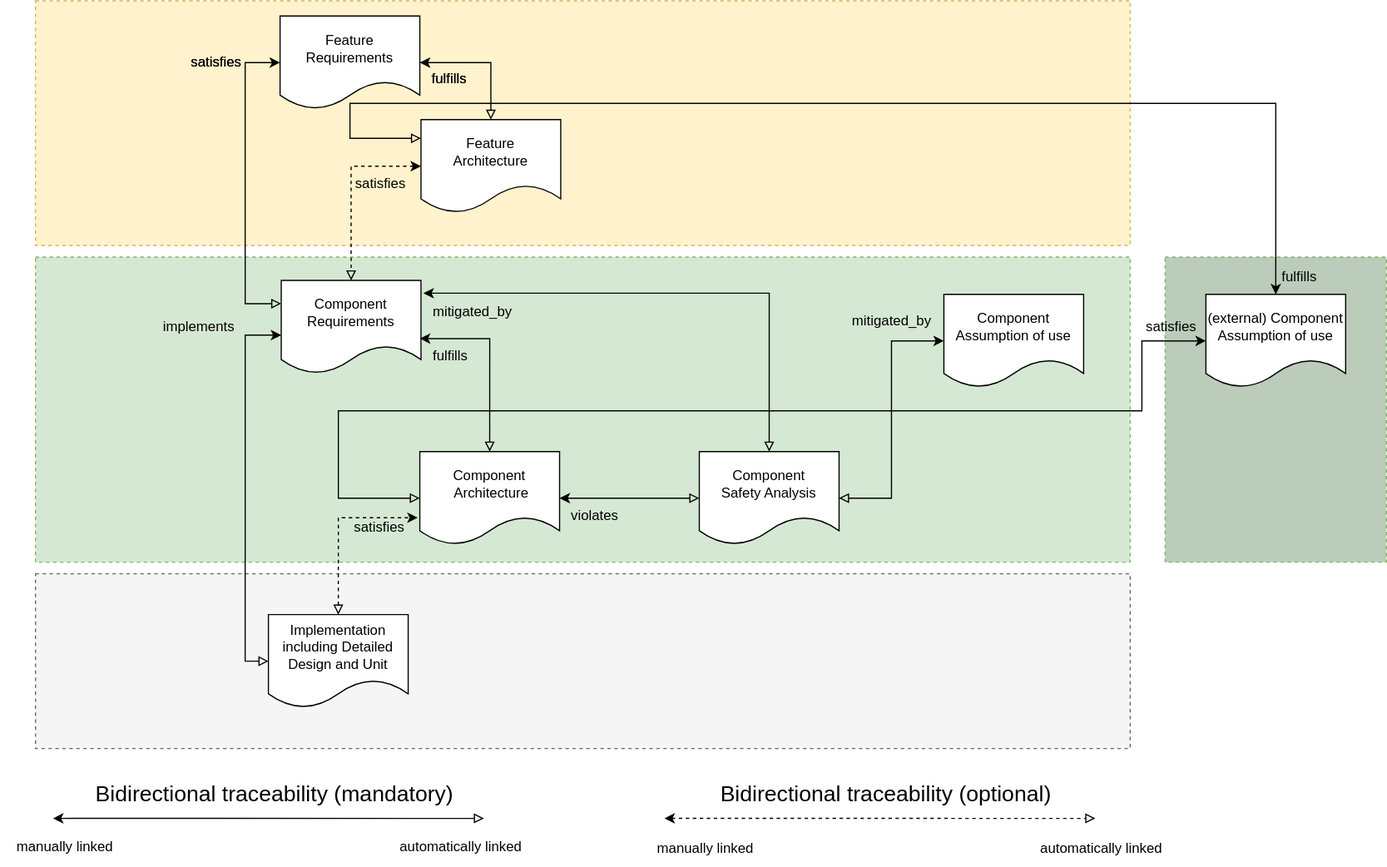
Before: main/_images/score_traceability_model_cmp_overview_1.drawio.svg, a diagram exported from draw.io (MaximilianSoerenPollak/process_description). Source tidied: cells renumbered, new cells last; positions are measured from the earlier drawing's top-left corner, leaving out a move shared by most shapes. Its diagram source:
```xml
<mxGraphModel>
  <root>
    <mxCell id="0" />
    <mxCell id="1" parent="0" />
    <mxCell id="2" style="rounded=0;whiteSpace=wrap;html=1;dashed=1;fillColor=#fff2cc;strokeColor=#d6b656;" parent="1" vertex="1">
      <mxGeometry x="30" width="940" height="210" as="geometry" />
    </mxCell>
    <mxCell id="3" style="rounded=0;whiteSpace=wrap;html=1;dashed=1;fillColor=#d5e8d4;strokeColor=#82b366;" parent="1" vertex="1">
      <mxGeometry x="30" y="220" width="940" height="262" as="geometry" />
    </mxCell>
    <mxCell id="4" value="Component Assumption of use" style="shape=document;whiteSpace=wrap;html=1;boundedLbl=1;" parent="1" vertex="1">
      <mxGeometry x="810" y="252" width="120" height="80" as="geometry" />
    </mxCell>
    <mxCell id="5" value="Feature Requirements" style="shape=document;whiteSpace=wrap;html=1;boundedLbl=1;" parent="1" vertex="1">
      <mxGeometry x="240" y="13" width="120" height="80" as="geometry" />
    </mxCell>
    <mxCell id="6" style="edgeStyle=orthogonalEdgeStyle;rounded=0;jettySize=auto;html=1;entryX=0;entryY=0.5;entryDx=0;entryDy=0;startArrow=block;startFill=0;exitX=0;exitY=0.25;exitDx=0;exitDy=0;" parent="1" edge="1" source="8" target="5">
      <mxGeometry relative="1" as="geometry">
        <Array as="points">
          <mxPoint x="210" y="260" />
          <mxPoint x="210" y="53" />
        </Array>
      </mxGeometry>
    </mxCell>
    <mxCell id="7" style="edgeStyle=orthogonalEdgeStyle;rounded=0;jettySize=auto;html=1;entryX=0.5;entryY=0;entryDx=0;entryDy=0;exitX=1.017;exitY=0.138;exitDx=0;exitDy=0;startArrow=classic;startFill=1;exitPerimeter=0;endArrow=block;endFill=0;" parent="1" edge="1" source="8" target="12">
      <mxGeometry x="0.41" relative="1" as="geometry">
        <Array as="points">
          <mxPoint x="660" y="251" />
        </Array>
      </mxGeometry>
    </mxCell>
    <mxCell id="8" value="Component Requirements" style="shape=document;whiteSpace=wrap;html=1;boundedLbl=1;" parent="1" vertex="1">
      <mxGeometry x="241" y="240" width="120" height="80" as="geometry" />
    </mxCell>
    <mxCell id="9" value="&lt;br&gt;&lt;br&gt;Component&lt;br&gt;&amp;nbsp;Architecture&lt;br&gt;&lt;br&gt;&lt;br&gt;" style="shape=document;whiteSpace=wrap;html=1;boundedLbl=1;" parent="1" vertex="1">
      <mxGeometry x="360" y="387" width="120" height="80" as="geometry" />
    </mxCell>
    <mxCell id="10" style="edgeStyle=orthogonalEdgeStyle;rounded=0;jettySize=auto;html=1;entryX=1;entryY=0.5;entryDx=0;entryDy=0;exitX=0.5;exitY=0;exitDx=0;exitDy=0;startArrow=block;startFill=0;" parent="1" edge="1" source="15" target="5">
      <mxGeometry relative="1" as="geometry" />
    </mxCell>
    <mxCell id="11" style="edgeStyle=orthogonalEdgeStyle;rounded=0;jettySize=auto;html=1;entryX=1;entryY=0.5;entryDx=0;entryDy=0;exitX=0;exitY=0.5;exitDx=0;exitDy=0;startArrow=block;startFill=0;" parent="1" edge="1" source="12" target="9">
      <mxGeometry x="0.51" relative="1" as="geometry" />
    </mxCell>
    <mxCell id="12" value="Component&lt;br&gt;Safety Analysis" style="shape=document;whiteSpace=wrap;html=1;boundedLbl=1;" parent="1" vertex="1">
      <mxGeometry x="600" y="387" width="120" height="80" as="geometry" />
    </mxCell>
    <mxCell id="13" style="edgeStyle=orthogonalEdgeStyle;rounded=0;jettySize=auto;html=1;startArrow=classic;startFill=1;entryX=1;entryY=0.5;entryDx=0;entryDy=0;endArrow=block;endFill=0;" parent="1" edge="1" target="12">
      <mxGeometry relative="1" as="geometry">
        <mxPoint x="810" y="292" as="sourcePoint" />
      </mxGeometry>
    </mxCell>
    <mxCell id="14" style="edgeStyle=orthogonalEdgeStyle;rounded=0;jettySize=auto;html=1;entryX=0.5;entryY=0;entryDx=0;entryDy=0;startArrow=classic;startFill=1;exitX=0;exitY=0.5;exitDx=0;exitDy=0;dashed=1;endArrow=block;endFill=0;" parent="1" edge="1" source="15" target="8">
      <mxGeometry relative="1" as="geometry" />
    </mxCell>
    <mxCell id="15" value="Feature&lt;br&gt;Architecture" style="shape=document;whiteSpace=wrap;html=1;boundedLbl=1;" parent="1" vertex="1">
      <mxGeometry x="361" y="102" width="120" height="80" as="geometry" />
    </mxCell>
    <mxCell id="16" value="&lt;div style=&quot;font-family: Consolas, &amp;quot;Courier New&amp;quot;, monospace; line-height: 19px;&quot;&gt;&lt;br&gt;&lt;/div&gt;" style="text;html=1;align=center;verticalAlign=middle;strokeColor=none;fillColor=none;fontSize=6;fontColor=#000000;" parent="1" vertex="1">
      <mxGeometry x="285" y="48" width="20" height="30" as="geometry" />
    </mxCell>
    <mxCell id="17" style="rounded=0;whiteSpace=wrap;html=1;dashed=1;fillColor=#BBCCBA;strokeColor=#82b366;" parent="1" vertex="1">
      <mxGeometry x="1000" y="220" width="190" height="262" as="geometry" />
    </mxCell>
    <mxCell id="18" style="edgeStyle=orthogonalEdgeStyle;rounded=0;orthogonalLoop=1;jettySize=auto;html=1;entryX=0;entryY=0.25;entryDx=0;entryDy=0;fontSize=19;startArrow=classic;startFill=1;endArrow=block;endFill=0;" parent="1" edge="1">
      <mxGeometry relative="1" as="geometry">
        <mxPoint x="1095" y="252" as="sourcePoint" />
        <mxPoint x="361" y="118" as="targetPoint" />
        <Array as="points">
          <mxPoint x="1095" y="88" />
          <mxPoint x="300" y="88" />
          <mxPoint x="300" y="118" />
        </Array>
      </mxGeometry>
    </mxCell>
    <mxCell id="19" value="(external) Component Assumption of use" style="shape=document;whiteSpace=wrap;html=1;boundedLbl=1;" parent="1" vertex="1">
      <mxGeometry x="1035" y="252" width="120" height="80" as="geometry" />
    </mxCell>
    <mxCell id="20" style="edgeStyle=orthogonalEdgeStyle;rounded=0;jettySize=auto;html=1;exitX=0;exitY=0.5;exitDx=0;exitDy=0;startArrow=block;startFill=0;entryX=0;entryY=0.5;entryDx=0;entryDy=0;" parent="1" edge="1" source="9" target="19">
      <mxGeometry relative="1" as="geometry">
        <Array as="points">
          <mxPoint x="290" y="427" />
          <mxPoint x="290" y="352" />
          <mxPoint x="980" y="352" />
          <mxPoint x="980" y="292" />
        </Array>
      </mxGeometry>
    </mxCell>
    <mxCell id="21" style="rounded=0;whiteSpace=wrap;html=1;dashed=1;fillColor=#f5f5f5;fontColor=#333333;strokeColor=#666666;" parent="1" vertex="1">
      <mxGeometry x="30" y="492" width="940" height="150" as="geometry" />
    </mxCell>
    <mxCell id="22" style="edgeStyle=orthogonalEdgeStyle;rounded=0;jettySize=auto;html=1;startArrow=block;startFill=0;exitX=0;exitY=0.5;exitDx=0;exitDy=0;entryX=0;entryY=0.588;entryDx=0;entryDy=0;entryPerimeter=0;endArrow=classic;endFill=1;" parent="1" edge="1" source="24" target="8">
      <mxGeometry relative="1" as="geometry" />
    </mxCell>
    <mxCell id="23" style="edgeStyle=orthogonalEdgeStyle;rounded=0;jettySize=auto;html=1;entryX=-0.015;entryY=0.71;entryDx=0;entryDy=0;exitX=0.5;exitY=0;exitDx=0;exitDy=0;startArrow=block;startFill=0;entryPerimeter=0;dashed=1;" parent="1" edge="1" source="24" target="9">
      <mxGeometry x="0.31" relative="1" as="geometry">
        <Array as="points">
          <mxPoint x="290" y="444" />
        </Array>
      </mxGeometry>
    </mxCell>
    <mxCell id="24" value="Implementation&lt;br&gt;including Detailed Design and Unit" style="shape=document;whiteSpace=wrap;html=1;boundedLbl=1;" parent="1" vertex="1">
      <mxGeometry x="230" y="527" width="120" height="80" as="geometry" />
    </mxCell>
    <mxCell id="25" style="edgeStyle=orthogonalEdgeStyle;rounded=0;jettySize=auto;html=1;entryX=0.992;entryY=0.625;entryDx=0;entryDy=0;entryPerimeter=0;exitX=0.5;exitY=0;exitDx=0;exitDy=0;startArrow=block;startFill=0;" parent="1" edge="1" source="9" target="8">
      <mxGeometry relative="1" as="geometry">
        <Array as="points">
          <mxPoint x="420" y="290" />
        </Array>
      </mxGeometry>
    </mxCell>
    <mxCell id="26" style="edgeStyle=orthogonalEdgeStyle;rounded=0;orthogonalLoop=1;jettySize=auto;html=1;startArrow=classic;startFill=1;endArrow=block;endFill=0;" parent="1" edge="1">
      <mxGeometry x="0.38" y="5" relative="1" as="geometry">
        <mxPoint x="45" y="702" as="sourcePoint" />
        <mxPoint x="415" y="702" as="targetPoint" />
        <Array as="points">
          <mxPoint x="62" y="702" />
        </Array>
      </mxGeometry>
    </mxCell>
    <mxCell id="27" value="Bidirectional traceability (mandatory)" style="text;html=1;align=center;verticalAlign=middle;strokeColor=none;fillColor=none;fontSize=19;" parent="1" vertex="1">
      <mxGeometry x="70" y="662" width="330" height="40" as="geometry" />
    </mxCell>
    <mxCell id="28" style="edgeStyle=orthogonalEdgeStyle;rounded=0;orthogonalLoop=1;jettySize=auto;html=1;startArrow=classic;startFill=1;dashed=1;endArrow=block;endFill=0;" parent="1" edge="1">
      <mxGeometry x="0.38" y="5" relative="1" as="geometry">
        <mxPoint x="570" y="702" as="sourcePoint" />
        <mxPoint x="940" y="702" as="targetPoint" />
        <Array as="points">
          <mxPoint x="587" y="702" />
        </Array>
      </mxGeometry>
    </mxCell>
    <mxCell id="29" value="Bidirectional traceability (optional)" style="text;html=1;align=center;verticalAlign=middle;strokeColor=none;fillColor=none;fontSize=19;" parent="1" vertex="1">
      <mxGeometry x="605" y="662" width="310" height="40" as="geometry" />
    </mxCell>
    <mxCell id="30" value="manually linked" style="text;html=1;align=center;verticalAlign=middle;strokeColor=none;fillColor=none;" parent="1" vertex="1">
      <mxGeometry y="712" width="110" height="30" as="geometry" />
    </mxCell>
    <mxCell id="31" value="automatically linked" style="text;html=1;align=center;verticalAlign=middle;strokeColor=none;fillColor=none;" parent="1" vertex="1">
      <mxGeometry x="330" y="712" width="130" height="30" as="geometry" />
    </mxCell>
    <mxCell id="32" value="manually linked" style="text;html=1;align=center;verticalAlign=middle;strokeColor=none;fillColor=none;" parent="1" vertex="1">
      <mxGeometry x="550" y="713" width="110" height="30" as="geometry" />
    </mxCell>
    <mxCell id="33" value="automatically linked" style="text;html=1;align=center;verticalAlign=middle;strokeColor=none;fillColor=none;" parent="1" vertex="1">
      <mxGeometry x="880" y="713" width="130" height="30" as="geometry" />
    </mxCell>
    <mxCell id="34" value="implements" style="text;html=1;align=center;verticalAlign=middle;strokeColor=none;fillColor=none;" parent="1" vertex="1">
      <mxGeometry x="130" y="265" width="80" height="30" as="geometry" />
    </mxCell>
    <mxCell id="35" value="satisfies" style="text;html=1;align=center;verticalAlign=middle;strokeColor=none;fillColor=none;" parent="1" vertex="1">
      <mxGeometry x="290" y="437" width="70" height="30" as="geometry" />
    </mxCell>
    <mxCell id="36" value="fulfills" style="text;html=1;align=center;verticalAlign=middle;strokeColor=none;fillColor=none;" parent="1" vertex="1">
      <mxGeometry x="361" y="290" width="50" height="30" as="geometry" />
    </mxCell>
    <mxCell id="37" value="satisfies" style="text;html=1;align=center;verticalAlign=middle;strokeColor=none;fillColor=none;" parent="1" vertex="1">
      <mxGeometry x="970" y="265" width="70" height="30" as="geometry" />
    </mxCell>
    <mxCell id="38" value="fulfills" style="text;html=1;align=center;verticalAlign=middle;strokeColor=none;fillColor=none;" parent="1" vertex="1">
      <mxGeometry x="1090" y="222" width="50" height="30" as="geometry" />
    </mxCell>
    <mxCell id="39" value="fulfills" style="text;html=1;align=center;verticalAlign=middle;strokeColor=none;fillColor=none;" parent="1" vertex="1">
      <mxGeometry x="360" y="52" width="50" height="30" as="geometry" />
    </mxCell>
    <mxCell id="40" value="satisfies" style="text;html=1;align=center;verticalAlign=middle;strokeColor=none;fillColor=none;" parent="1" vertex="1">
      <mxGeometry x="150" y="38" width="70" height="30" as="geometry" />
    </mxCell>
    <mxCell id="41" value="satisfies" style="text;html=1;align=center;verticalAlign=middle;strokeColor=none;fillColor=none;" parent="1" vertex="1">
      <mxGeometry x="291" y="142" width="70" height="30" as="geometry" />
    </mxCell>
    <mxCell id="42" value="violates" style="text;html=1;align=center;verticalAlign=middle;strokeColor=none;fillColor=none;" parent="1" vertex="1">
      <mxGeometry x="480" y="427" width="60" height="30" as="geometry" />
    </mxCell>
    <mxCell id="43" value="mitigated_by" style="text;html=1;align=center;verticalAlign=middle;strokeColor=none;fillColor=none;" parent="1" vertex="1">
      <mxGeometry x="720" y="260" width="90" height="30" as="geometry" />
    </mxCell>
    <mxCell id="44" value="satisfies" style="text;html=1;align=center;verticalAlign=middle;strokeColor=none;fillColor=none;" parent="1" vertex="1">
      <mxGeometry x="150" y="38" width="70" height="30" as="geometry" />
    </mxCell>
    <mxCell id="45" value="fulfills" style="text;html=1;align=center;verticalAlign=middle;strokeColor=none;fillColor=none;" parent="1" vertex="1">
      <mxGeometry x="360" y="52" width="50" height="30" as="geometry" />
    </mxCell>
    <mxCell id="46" value="mitigated_by" style="text;html=1;align=center;verticalAlign=middle;strokeColor=none;fillColor=none;" parent="1" vertex="1">
      <mxGeometry x="360" y="252" width="90" height="30" as="geometry" />
    </mxCell>
  </root>
</mxGraphModel>
```
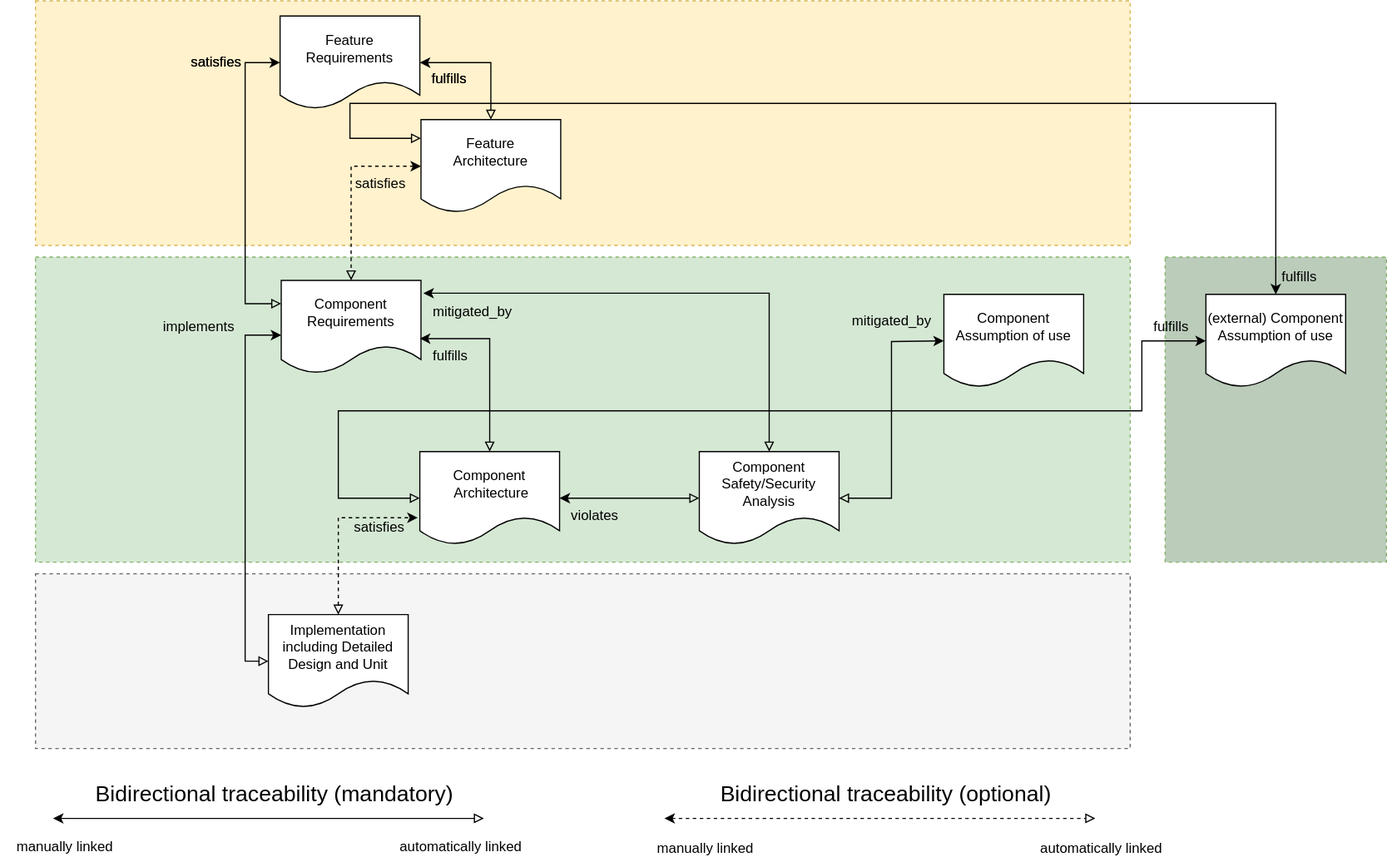
The same file after the commit.

The edit, as a diff of the source:
```diff
@@ -41,7 +41,7 @@
     <mxCell id="11" style="edgeStyle=orthogonalEdgeStyle;rounded=0;jettySize=auto;html=1;entryX=1;entryY=0.5;entryDx=0;entryDy=0;exitX=0;exitY=0.5;exitDx=0;exitDy=0;startArrow=block;startFill=0;" parent="1" edge="1" source="12" target="9">
       <mxGeometry x="0.51" relative="1" as="geometry" />
     </mxCell>
-    <mxCell id="12" value="Component&lt;br&gt;Safety Analysis" style="shape=document;whiteSpace=wrap;html=1;boundedLbl=1;" parent="1" vertex="1">
+    <mxCell id="12" value="Component&lt;br&gt;Safety/Security Analysis" style="shape=document;whiteSpace=wrap;html=1;boundedLbl=1;" parent="1" vertex="1">
       <mxGeometry x="600" y="387" width="120" height="80" as="geometry" />
     </mxCell>
     <mxCell id="13" style="edgeStyle=orthogonalEdgeStyle;rounded=0;jettySize=auto;html=1;startArrow=classic;startFill=1;entryX=1;entryY=0.5;entryDx=0;entryDy=0;endArrow=block;endFill=0;" parent="1" edge="1" target="12">
@@ -153,8 +153,8 @@
     <mxCell id="36" value="fulfills" style="text;html=1;align=center;verticalAlign=middle;strokeColor=none;fillColor=none;" parent="1" vertex="1">
       <mxGeometry x="361" y="290" width="50" height="30" as="geometry" />
     </mxCell>
-    <mxCell id="37" value="satisfies" style="text;html=1;align=center;verticalAlign=middle;strokeColor=none;fillColor=none;" parent="1" vertex="1">
-      <mxGeometry x="970" y="265" width="70" height="30" as="geometry" />
+    <mxCell id="37" value="fulfills" style="text;html=1;align=center;verticalAlign=middle;strokeColor=none;fillColor=none;" parent="1" vertex="1">
+      <mxGeometry x="980" y="265" width="50" height="30" as="geometry" />
     </mxCell>
     <mxCell id="38" value="fulfills" style="text;html=1;align=center;verticalAlign=middle;strokeColor=none;fillColor=none;" parent="1" vertex="1">
       <mxGeometry x="1090" y="222" width="50" height="30" as="geometry" />
```
